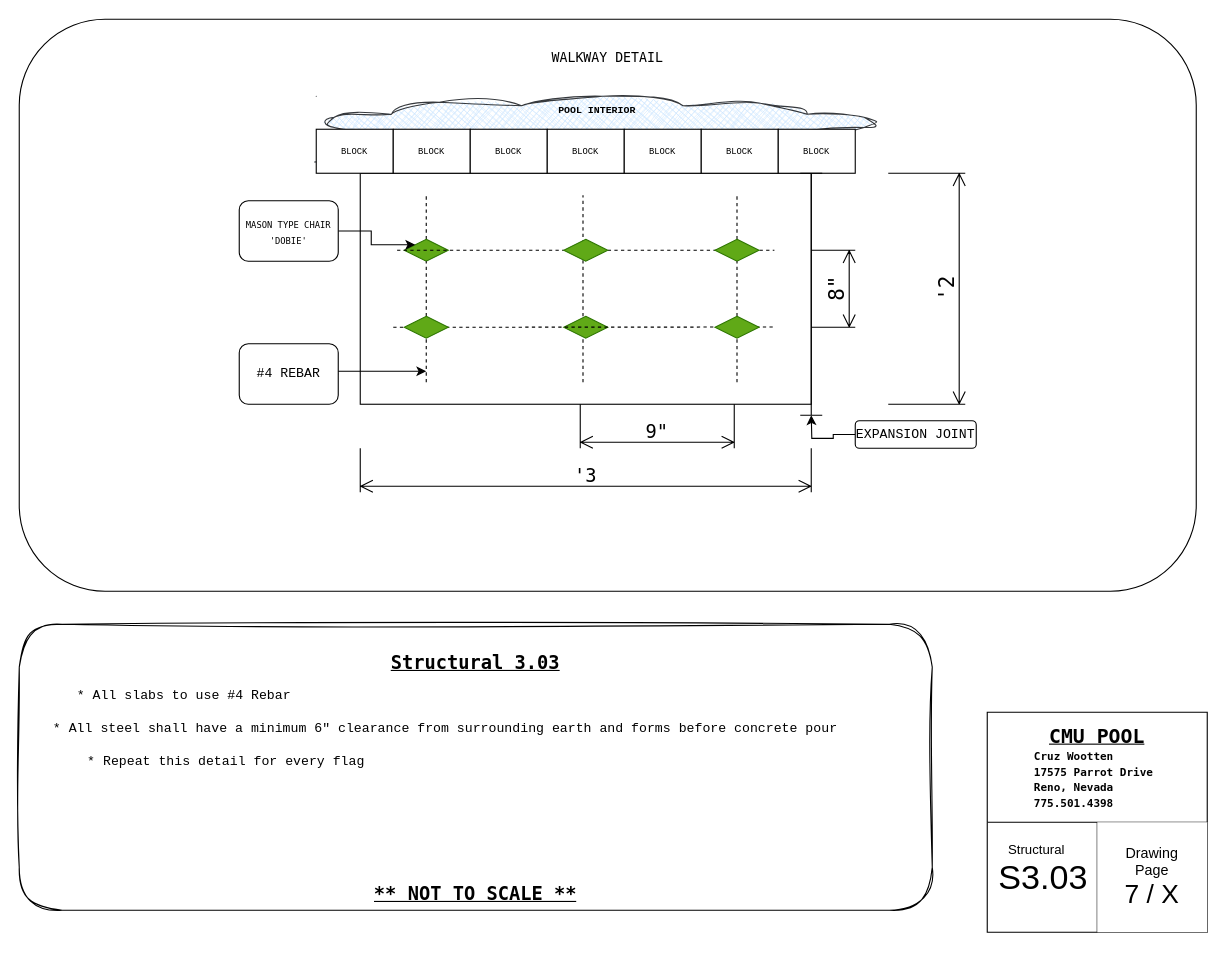
The draw.io diagram POOLDWG7.drawio in LilWikipedia/parrotpool, before the edit. Source tidied: cells renumbered, new cells numbered last; positions are measured from the earlier drawing's top-left corner, leaving out a move shared by most shapes. Both pictures are drawn from the tidied source at 110%, with x=0, y=0 at pixel (19, 19).
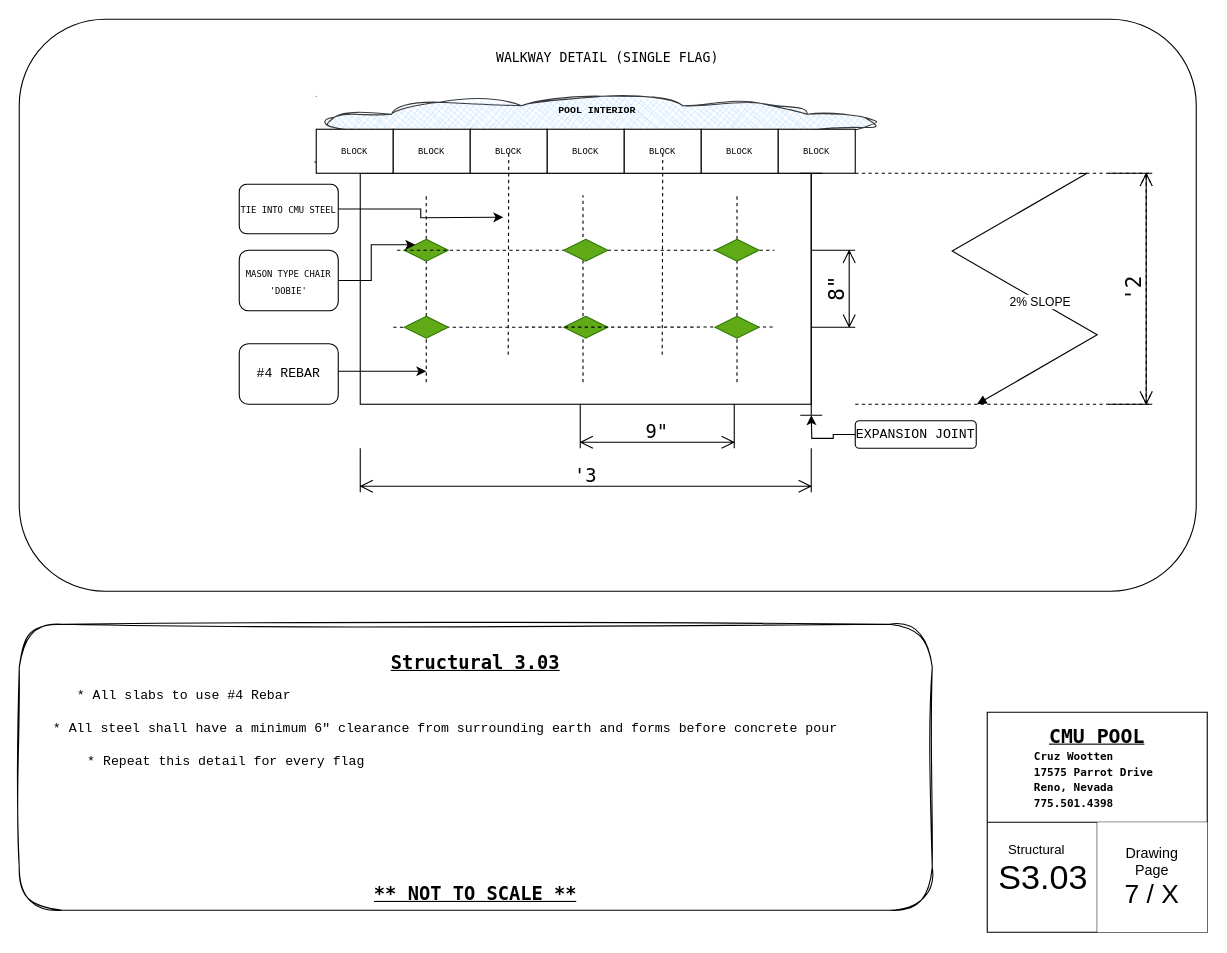
Above is the later version.

The edit, as a diff of the source:
```diff
@@
-    <mxCell id="15" value="&lt;font face=&quot;Lucida Console&quot;&gt;WALKWAY DETAIL&lt;/font&gt;" style="text;html=1;align=center;verticalAlign=middle;whiteSpace=wrap;rounded=0;" parent="1" vertex="1">
-      <mxGeometry x="440" y="20" width="190" height="30" as="geometry" />
+    <mxCell id="15" value="&lt;font face=&quot;Lucida Console&quot;&gt;WALKWAY DETAIL (SINGLE FLAG)&lt;/font&gt;" style="text;html=1;align=center;verticalAlign=middle;whiteSpace=wrap;rounded=0;" parent="1" vertex="1">
+      <mxGeometry x="385" y="20" width="300" height="30" as="geometry" />
     </mxCell>
@@
-    <mxCell id="17" value="&lt;font face=&quot;Lucida Console&quot; style=&quot;font-size: 19px;&quot;&gt;'2&lt;/font&gt;" style="shape=dimension;direction=north;whiteSpace=wrap;html=1;align=center;verticalAlign=bottom;labelBackgroundColor=none;horizontal=0;spacingBottom=3;" parent="1" vertex="1">
-      <mxGeometry x="790" y="140" width="70" height="210" as="geometry" />
+    <mxCell id="17" value="&lt;font face=&quot;Lucida Console&quot; style=&quot;font-size: 19px;&quot;&gt;'2&lt;/font&gt;" style="shape=dimension;direction=north;whiteSpace=wrap;html=1;align=center;verticalAlign=bottom;labelBackgroundColor=none;horizontal=0;spacingBottom=3;dashed=1;" parent="1" vertex="1">
+      <mxGeometry x="760" y="140" width="270" height="210" as="geometry" />
     </mxCell>
@@
     <mxCell id="32" value="&lt;font face=&quot;Lucida Console&quot;&gt;&lt;span style=&quot;font-size: 8px;&quot;&gt;MASON TYPE CHAIR 'DOBIE'&lt;/span&gt;&lt;/font&gt;" style="rounded=1;whiteSpace=wrap;html=1;" parent="1" vertex="1">
-      <mxGeometry x="200" y="165" width="90" height="55" as="geometry" />
+      <mxGeometry x="200" y="210" width="90" height="55" as="geometry" />
     </mxCell>
@@
+    <mxCell id="52" style="edgeStyle=isometricEdgeStyle;endArrow=openAsync;html=1;rounded=0;endFill=0;startArrow=block;startFill=1;" parent="1" edge="1">
+      <mxGeometry relative="1" as="geometry">
+        <mxPoint x="870.7" y="350" as="sourcePoint" />
+        <mxPoint x="970.7" y="140" as="targetPoint" />
+        <Array as="points">
+          <mxPoint x="950.7" y="270" />
+        </Array>
+      </mxGeometry>
+    </mxCell>
+    <mxCell id="53" value="2% SLOPE" style="edgeLabel;html=1;align=center;verticalAlign=middle;" parent="52" vertex="1">
+      <mxGeometry x="-0.11" relative="1" as="geometry" />
+    </mxCell>
+    <mxCell id="54" style="shape=dimension;direction=north;whiteSpace=wrap;html=1;align=center;verticalAlign=bottom;labelBackgroundColor=none;horizontal=0;spacingBottom=3;" parent="1" vertex="1">
+      <mxGeometry x="990" y="140" width="40" height="210" as="geometry" />
+    </mxCell>
+    <mxCell id="55" style="endArrow=none;dashed=1;html=1;rounded=0;" parent="1" edge="1">
+      <mxGeometry relative="1" as="geometry">
+        <mxPoint x="444.5" y="305" as="sourcePoint" />
+        <mxPoint x="445" y="120" as="targetPoint" />
+      </mxGeometry>
+    </mxCell>
+    <mxCell id="56" style="endArrow=none;dashed=1;html=1;rounded=0;" parent="1" edge="1">
+      <mxGeometry relative="1" as="geometry">
+        <mxPoint x="584.5" y="305" as="sourcePoint" />
+        <mxPoint x="585" y="120" as="targetPoint" />
+      </mxGeometry>
+    </mxCell>
+    <mxCell id="57" style="edgeStyle=orthogonalEdgeStyle;rounded=0;jettySize=auto;html=1;" parent="1" edge="1" source="58">
+      <mxGeometry relative="1" as="geometry">
+        <mxPoint x="440" y="180" as="targetPoint" />
+      </mxGeometry>
+    </mxCell>
+    <mxCell id="58" value="&lt;font face=&quot;Lucida Console&quot;&gt;&lt;span style=&quot;font-size: 8px;&quot;&gt;TIE INTO CMU STEEL&lt;/span&gt;&lt;/font&gt;" style="rounded=1;whiteSpace=wrap;html=1;" parent="1" vertex="1">
+      <mxGeometry x="200" y="150" width="90" height="45" as="geometry" />
+    </mxCell>
```
